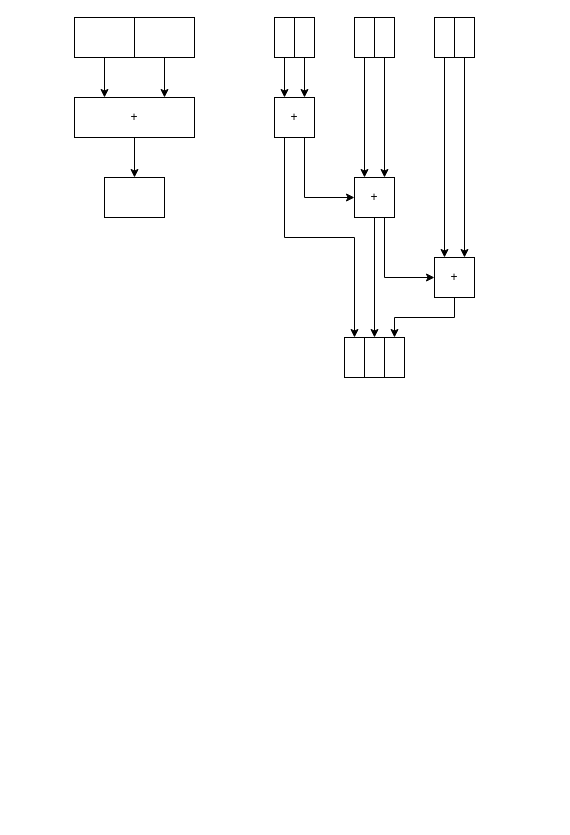
Above: page "pipelinedAdder/Sub" (6 of 8) of src/main/resources/Karatsuba.drawio in RicardoNid/Chainsaw2 (draw.io), before the change. Source tidied: cells renumbered, new cells numbered last; positions are measured from the earlier drawing's top-left corner, leaving out a move shared by most shapes. Both pictures are drawn from the tidied source at 100%, with x=0, y=0 at pixel (74, 17).
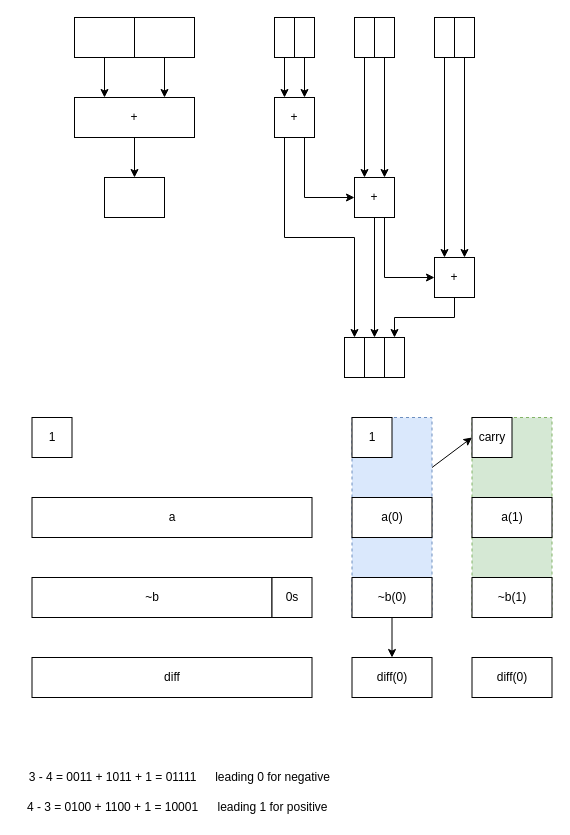
The same diagram, later.

What changed in the source:
```diff
@@
+    <mxCell id="32" style="rounded=0;whiteSpace=wrap;html=1;dashed=1;fillColor=#d5e8d4;strokeColor=#82b366;" parent="1" vertex="1">
+      <mxGeometry x="397.5" y="400" width="80" height="200" as="geometry" />
+    </mxCell>
+    <mxCell id="33" style="edgeStyle=none;html=1;exitX=1;exitY=0.25;exitDx=0;exitDy=0;entryX=0;entryY=0.5;entryDx=0;entryDy=0;" parent="1" edge="1" source="34" target="44">
+      <mxGeometry relative="1" as="geometry" />
+    </mxCell>
+    <mxCell id="34" style="rounded=0;whiteSpace=wrap;html=1;dashed=1;fillColor=#dae8fc;strokeColor=#6c8ebf;" parent="1" vertex="1">
+      <mxGeometry x="277.5" y="400" width="80" height="200" as="geometry" />
+    </mxCell>
+    <mxCell id="35" value="a" style="rounded=0;whiteSpace=wrap;html=1;" parent="1" vertex="1">
+      <mxGeometry x="-42.5" y="480" width="280" height="40" as="geometry" />
+    </mxCell>
+    <mxCell id="36" value="~b" style="rounded=0;whiteSpace=wrap;html=1;" parent="1" vertex="1">
+      <mxGeometry x="-42.5" y="560" width="240" height="40" as="geometry" />
+    </mxCell>
+    <mxCell id="37" value="1" style="whiteSpace=wrap;html=1;" parent="1" vertex="1">
+      <mxGeometry x="-42.5" y="400" width="40" height="40" as="geometry" />
+    </mxCell>
+    <mxCell id="38" value="a(0)" style="rounded=0;whiteSpace=wrap;html=1;" parent="1" vertex="1">
+      <mxGeometry x="277.5" y="480" width="80" height="40" as="geometry" />
+    </mxCell>
+    <mxCell id="39" style="edgeStyle=none;html=1;exitX=0.5;exitY=1;exitDx=0;exitDy=0;entryX=0.5;entryY=0;entryDx=0;entryDy=0;" parent="1" edge="1" source="40" target="46">
+      <mxGeometry relative="1" as="geometry" />
+    </mxCell>
+    <mxCell id="40" value="~b(0)" style="rounded=0;whiteSpace=wrap;html=1;" parent="1" vertex="1">
+      <mxGeometry x="277.5" y="560" width="80" height="40" as="geometry" />
+    </mxCell>
+    <mxCell id="41" value="1" style="whiteSpace=wrap;html=1;" parent="1" vertex="1">
+      <mxGeometry x="277.5" y="400" width="40" height="40" as="geometry" />
+    </mxCell>
+    <mxCell id="42" value="a(1)" style="rounded=0;whiteSpace=wrap;html=1;" parent="1" vertex="1">
+      <mxGeometry x="397.5" y="480" width="80" height="40" as="geometry" />
+    </mxCell>
+    <mxCell id="43" value="~b(1)" style="rounded=0;whiteSpace=wrap;html=1;" parent="1" vertex="1">
+      <mxGeometry x="397.5" y="560" width="80" height="40" as="geometry" />
+    </mxCell>
+    <mxCell id="44" value="carry" style="whiteSpace=wrap;html=1;" parent="1" vertex="1">
+      <mxGeometry x="397.5" y="400" width="40" height="40" as="geometry" />
+    </mxCell>
+    <mxCell id="45" value="diff" style="rounded=0;whiteSpace=wrap;html=1;" parent="1" vertex="1">
+      <mxGeometry x="-42.5" y="640" width="280" height="40" as="geometry" />
+    </mxCell>
+    <mxCell id="46" value="diff(0)" style="rounded=0;whiteSpace=wrap;html=1;" parent="1" vertex="1">
+      <mxGeometry x="277.5" y="640" width="80" height="40" as="geometry" />
+    </mxCell>
+    <mxCell id="47" value="diff(0)" style="rounded=0;whiteSpace=wrap;html=1;" parent="1" vertex="1">
+      <mxGeometry x="397.5" y="640" width="80" height="40" as="geometry" />
+    </mxCell>
+    <mxCell id="48" value="0s" style="whiteSpace=wrap;html=1;" parent="1" vertex="1">
+      <mxGeometry x="197.5" y="560" width="40" height="40" as="geometry" />
+    </mxCell>
+    <mxCell id="49" value="3 - 4 = 0011 + 1011 + 1 = 01111" style="text;html=1;align=center;verticalAlign=middle;strokeColor=none;fillColor=none;" parent="1" vertex="1">
+      <mxGeometry x="-52.5" y="750" width="180" height="20" as="geometry" />
+    </mxCell>
+    <mxCell id="50" value="4 - 3 = 0100 + 1100 + 1 = 10001" style="text;html=1;align=center;verticalAlign=middle;strokeColor=none;fillColor=none;" parent="1" vertex="1">
+      <mxGeometry x="-57.5" y="780" width="190" height="20" as="geometry" />
+    </mxCell>
+    <mxCell id="51" value="leading 0 for negative" style="text;html=1;align=center;verticalAlign=middle;strokeColor=none;fillColor=none;" parent="1" vertex="1">
+      <mxGeometry x="132.5" y="750" width="130" height="20" as="geometry" />
+    </mxCell>
+    <mxCell id="52" value="leading 1 for positive" style="text;html=1;align=center;verticalAlign=middle;strokeColor=none;fillColor=none;" parent="1" vertex="1">
+      <mxGeometry x="132.5" y="780" width="130" height="20" as="geometry" />
+    </mxCell>
```
